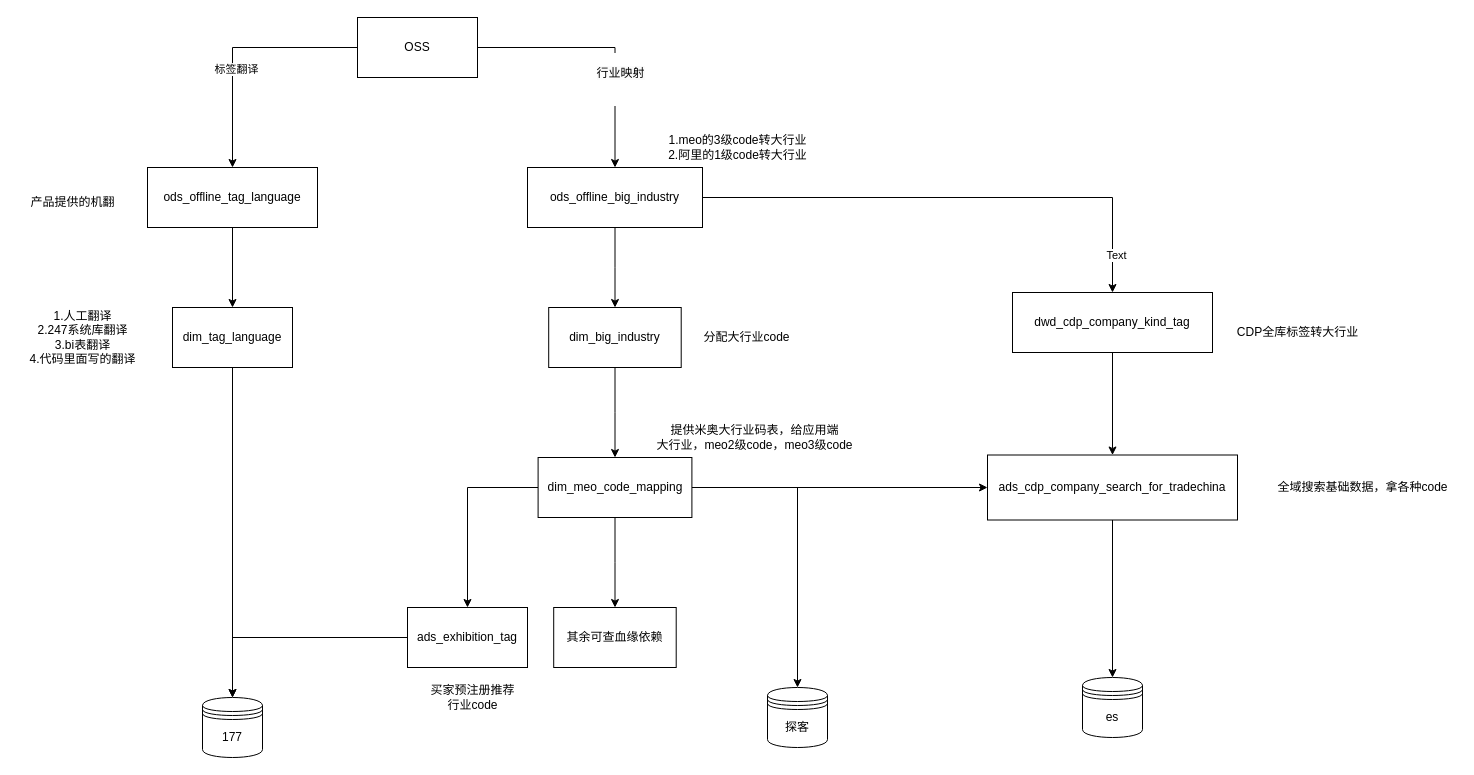
The draw.io diagram 大行业应用.drawio in HLSO6/draw, before the edit. Source tidied: cells renumbered, new cells numbered last; positions are measured from the earlier drawing's top-left corner, leaving out a move shared by most shapes. Both pictures are drawn from the tidied source at 100%, with x=0, y=0 at pixel (17, 17).
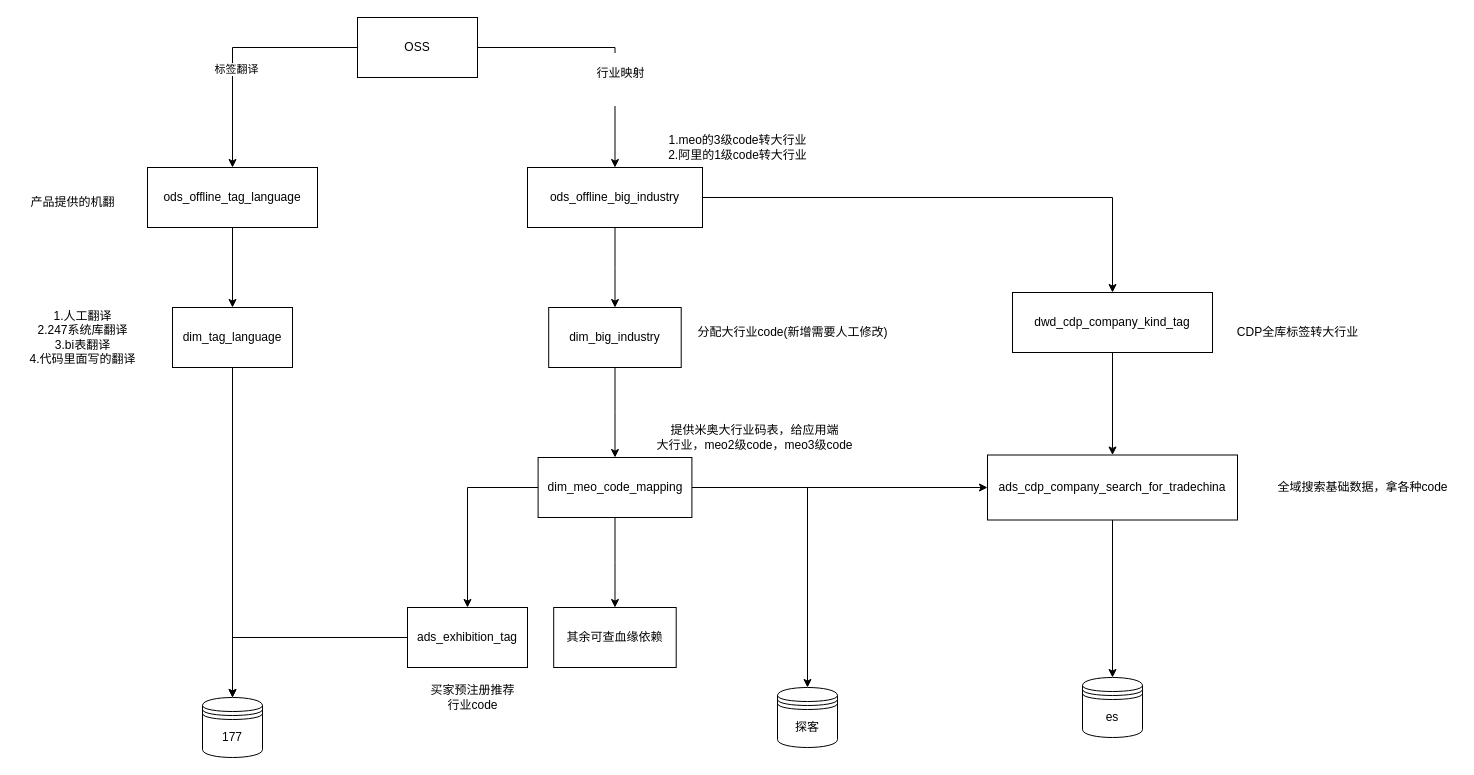
After the change.

Commit message (it also covers changes not shown here):
更新大行业应用.drawio

The change refers to these unchanged cells:
```xml
<mxCell id="10" style="edgeStyle=orthogonalEdgeStyle;rounded=0;jettySize=auto;html=1;entryX=0.5;entryY=0;entryDx=0;entryDy=0;" parent="1" edge="1" source="12" target="33">
  <mxGeometry relative="1" as="geometry" />
</mxCell>
```

Change to the diagram source:
```diff
@@
-    <mxCell id="11" value="Text" style="edgeLabel;html=1;align=center;verticalAlign=middle;" parent="10" vertex="1">
-      <mxGeometry x="0.85" y="3" relative="1" as="geometry" />
-    </mxCell>
@@
-    <mxCell id="22" value="分配大行业code" style="text;html=1;align=center;verticalAlign=middle;strokeColor=none;fillColor=none;" parent="1" vertex="1">
-      <mxGeometry x="674.4" y="305" width="110" height="30" as="geometry" />
+    <mxCell id="22" value="分配大行业code(新增需要人工修改)" style="text;html=1;align=center;verticalAlign=middle;strokeColor=none;fillColor=none;" parent="1" vertex="1">
+      <mxGeometry x="670" y="300" width="210" height="30" as="geometry" />
     </mxCell>
@@
     <mxCell id="29" value="探客" style="shape=datastore;whiteSpace=wrap;html=1;" parent="1" vertex="1">
-      <mxGeometry x="750" y="670" width="60" height="60" as="geometry" />
+      <mxGeometry x="760" y="670" width="60" height="60" as="geometry" />
     </mxCell>
```
